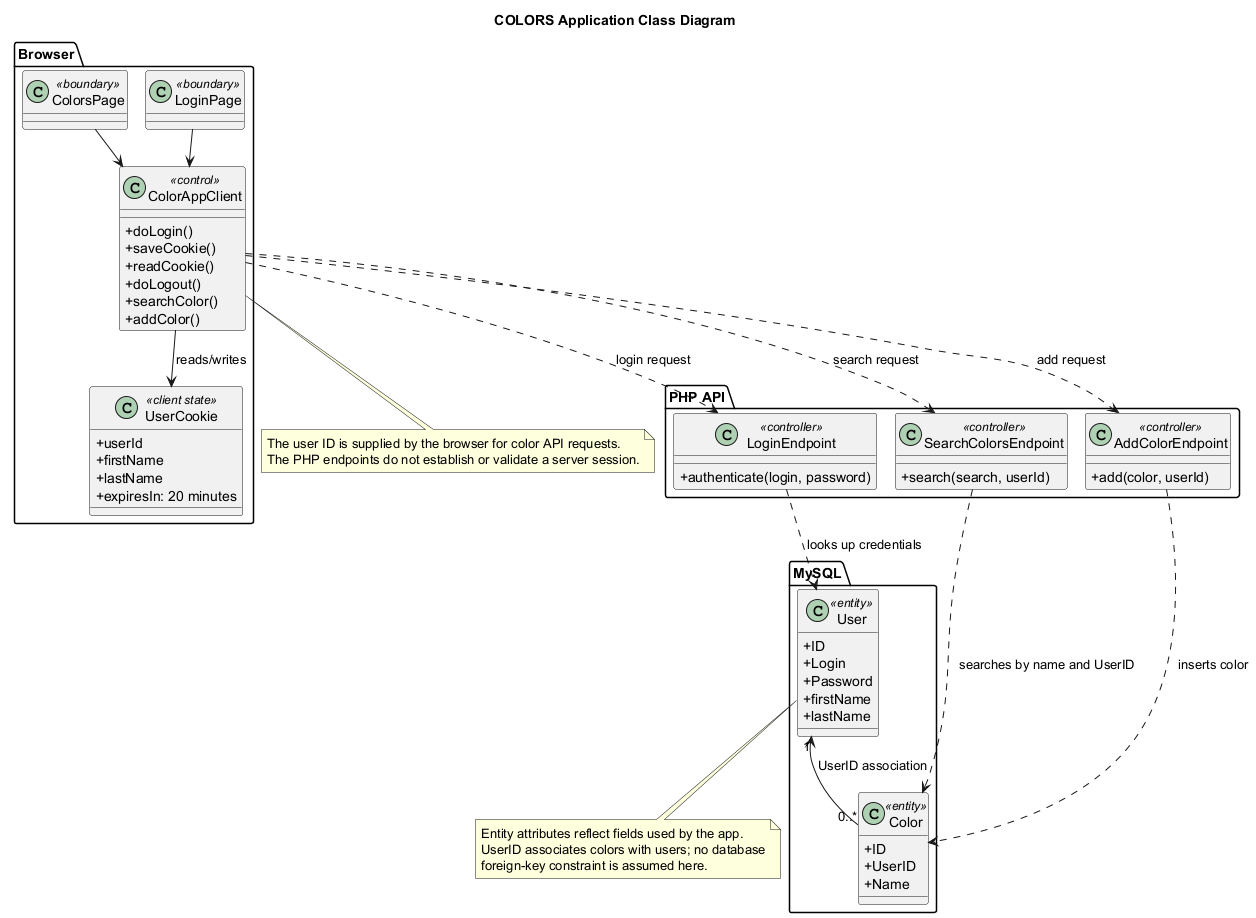
The PlantUML diagram docs/uml/class.png in MelindaM4y/POOSD-COLORS-Lab, before a commit.
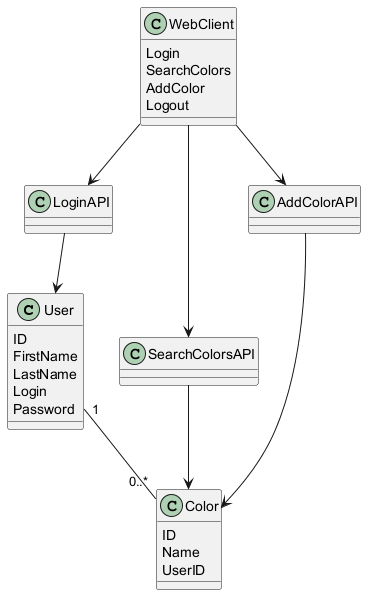
The same diagram one commit later.

What changed in the source:
```diff
@@ -1,76 +1,34 @@
 @startuml
-!pragma layout smetana
-title COLORS Application Class Diagram
-skinparam classAttributeIconSize 0
-
-package "Browser" {
-  class LoginPage <<boundary>>
-  class ColorsPage <<boundary>>
-
-  class ColorAppClient <<control>> {
-    +doLogin()
-    +saveCookie()
-    +readCookie()
-    +doLogout()
-    +searchColor()
-    +addColor()
-  }
-
-  class UserCookie <<client state>> {
-    +userId
-    +firstName
-    +lastName
-    +expiresIn: 20 minutes
-  }
+class User {
+  ID
+  FirstName
+  LastName
+  Login
+  Password
 }
 
-package "PHP API" {
-  class LoginEndpoint <<controller>> {
-    +authenticate(login, password)
-  }
-  class SearchColorsEndpoint <<controller>> {
-    +search(search, userId)
-  }
-  class AddColorEndpoint <<controller>> {
-    +add(color, userId)
-  }
+class Color {
+  ID
+  Name
+  UserID
 }
 
-package "MySQL" {
-  class User <<entity>> {
-    +ID
-    +Login
-    +Password
-    +firstName
-    +lastName
-  }
-
-  class Color <<entity>> {
-    +ID
-    +UserID
-    +Name
-  }
+class WebClient {
+  Login
+  SearchColors
+  AddColor
+  Logout
 }
 
-LoginPage --> ColorAppClient
-ColorsPage --> ColorAppClient
-ColorAppClient --> UserCookie : reads/writes
-ColorAppClient ..> LoginEndpoint : login request
-ColorAppClient ..> SearchColorsEndpoint : search request
-ColorAppClient ..> AddColorEndpoint : add request
-LoginEndpoint ..> User : looks up credentials
-SearchColorsEndpoint ..> Color : searches by name and UserID
-AddColorEndpoint ..> Color : inserts color
-User "1" <-- "0..*" Color : UserID association
+class LoginAPI
+class SearchColorsAPI
+class AddColorAPI
 
-note bottom of ColorAppClient
-The user ID is supplied by the browser for color API requests.
-The PHP endpoints do not establish or validate a server session.
-end note
-
-note bottom of User
-Entity attributes reflect fields used by the app.
-UserID associates colors with users; no database
-foreign-key constraint is assumed here.
-end note
+WebClient --> LoginAPI
+WebClient --> SearchColorsAPI
+WebClient --> AddColorAPI
+LoginAPI --> User
+SearchColorsAPI --> Color
+AddColorAPI --> Color
+User "1" -- "0..*" Color
 @enduml
```
